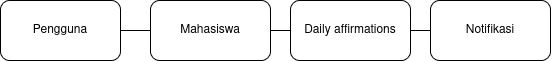
sbxte/IF2150-RPL-K01-G04 keeps this draw.io diagram as docs/M4/assets/diagram/UC-01_diagram.png. Above is the earlier version. Source tidied: cells renumbered, new cells last; positions are measured from the earlier drawing's top-left corner, leaving out a move shared by most shapes.
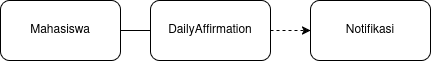
The same diagram one commit later.

The edit, as a diff of the source:
```diff
@@ -2,26 +2,20 @@
   <root>
     <mxCell id="0" />
     <mxCell id="1" parent="0" />
-    <mxCell id="2" value="Pengguna" style="rounded=1;whiteSpace=wrap;html=1;" parent="1" vertex="1">
-      <mxGeometry width="120" height="60" as="geometry" />
-    </mxCell>
-    <mxCell id="3" style="endArrow=none;html=1;rounded=0;exitX=1;exitY=0.5;exitDx=0;exitDy=0;" parent="1" edge="1" source="2" target="4">
-      <mxGeometry relative="1" as="geometry" />
-    </mxCell>
     <mxCell id="4" value="Mahasiswa" style="rounded=1;whiteSpace=wrap;html=1;" parent="1" vertex="1">
-      <mxGeometry x="150" width="120" height="60" as="geometry" />
+      <mxGeometry x="-30" y="30" width="120" height="60" as="geometry" />
     </mxCell>
-    <mxCell id="5" style="endArrow=none;html=1;rounded=0;exitX=1;exitY=0.5;exitDx=0;exitDy=0;" parent="1" edge="1" source="4" target="6">
-      <mxGeometry relative="1" as="geometry" />
-    </mxCell>
-    <mxCell id="6" value="Daily affirmations" style="rounded=1;whiteSpace=wrap;html=1;" parent="1" vertex="1">
-      <mxGeometry x="290" width="120" height="60" as="geometry" />
-    </mxCell>
-    <mxCell id="7" style="endArrow=none;html=1;rounded=0;exitX=1;exitY=0.5;exitDx=0;exitDy=0;" parent="1" edge="1" source="6" target="8">
-      <mxGeometry relative="1" as="geometry" />
-    </mxCell>
+    <mxCell id="9" style="endArrow=none;html=1;rounded=0;exitX=1;exitY=0.5;exitDx=0;exitDy=0;" parent="1" edge="1" source="4" target="10">
+      <mxGeometry relative="1" as="geometry" />
+    </mxCell>
+    <mxCell id="10" value="DailyAffirmation" style="rounded=1;whiteSpace=wrap;html=1;" parent="1" vertex="1">
+      <mxGeometry x="120" y="30" width="120" height="60" as="geometry" />
+    </mxCell>
+    <mxCell id="11" style="html=1;labelBackgroundColor=#ffffff;startArrow=none;startFill=0;startSize=6;endArrow=classic;endFill=1;endSize=6;jettySize=auto;strokeWidth=1;dashed=1;fontSize=14;rounded=0;exitX=1;exitY=0.5;exitDx=0;exitDy=0;" parent="1" edge="1" source="10" target="8">
+      <mxGeometry relative="1" as="geometry" />
+    </mxCell>
     <mxCell id="8" value="Notifikasi" style="rounded=1;whiteSpace=wrap;html=1;" parent="1" vertex="1">
-      <mxGeometry x="430" width="120" height="60" as="geometry" />
+      <mxGeometry x="280" y="30" width="120" height="60" as="geometry" />
     </mxCell>
   </root>
 </mxGraphModel>
```
